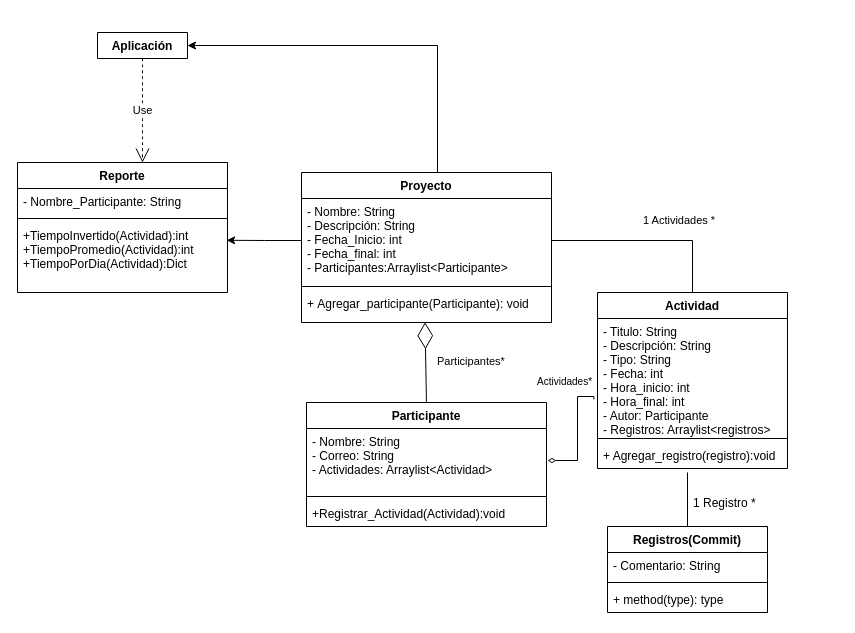
DYPOO-2022-j-vargasr2-n-camargop/ENTREGA1_PROYECTO1_DYPOO keeps this draw.io diagram as ENTREGA2_P1.drawio. Above is the earlier version. Source tidied: cells renumbered, new cells numbered last; positions are measured from the earlier drawing's top-left corner, leaving out a move shared by most shapes. Both pictures are drawn from the tidied source at 100%, with x=0, y=0 at pixel (17, 32).
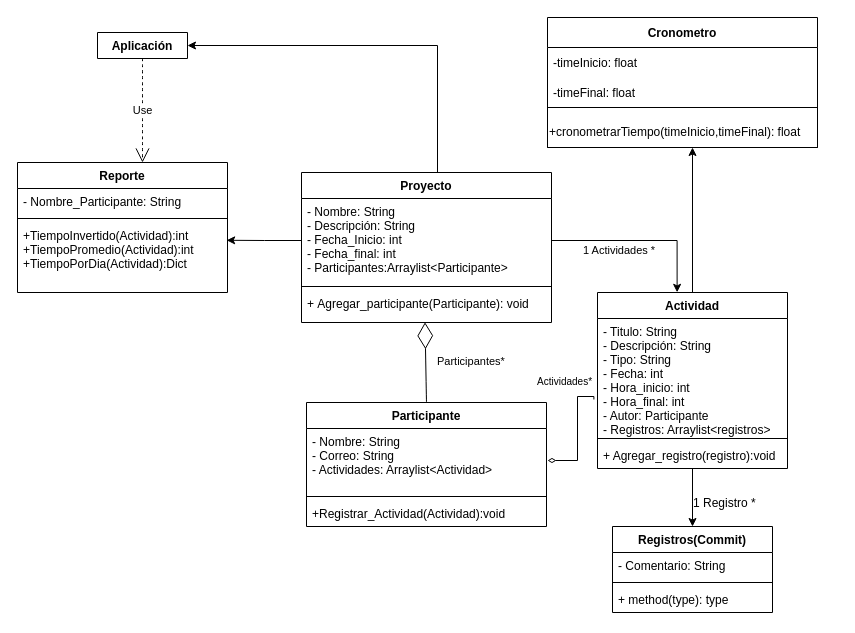
After the change.

Unchanged cells that the change refers to:
```xml
<mxCell id="2" value="Actividad" style="swimlane;fontStyle=1;align=center;verticalAlign=top;horizontal=1;startSize=26;" parent="1" vertex="1">
  <mxGeometry x="580" y="260" width="190" height="176" as="geometry" />
</mxCell>
<mxCell id="12" value="- Nombre: String&#10;- Descripción: String&#10;- Fecha_Inicio: int&#10;- Fecha_final: int&#10;- Participantes:Arraylist&lt;Participante&gt;" style="text;strokeColor=none;fillColor=none;align=left;verticalAlign=top;spacingLeft=4;spacingRight=4;overflow=hidden;points=[[0,0.5],[1,0.5]];portConstraint=eastwest;" parent="11" vertex="1">
  <mxGeometry y="26" width="250" height="84" as="geometry" />
</mxCell>
```

Change to the diagram source:
```diff
@@
+    <mxCell id="34" style="edgeStyle=orthogonalEdgeStyle;rounded=0;jettySize=auto;html=1;entryX=0.5;entryY=0;entryDx=0;entryDy=0;" parent="1" edge="1" source="2" target="27">
+      <mxGeometry relative="1" as="geometry" />
+    </mxCell>
+    <mxCell id="35" style="edgeStyle=orthogonalEdgeStyle;rounded=0;jettySize=auto;html=1;entryX=0.5;entryY=1;entryDx=0;entryDy=0;" parent="1" edge="1" source="2" target="40">
+      <mxGeometry relative="1" as="geometry" />
+    </mxCell>
@@
-    <mxCell id="26" style="edgeStyle=orthogonalEdgeStyle;rounded=0;jettySize=auto;html=1;endArrow=none;endFill=0;" parent="1" edge="1" source="27">
-      <mxGeometry relative="1" as="geometry">
-        <mxPoint x="670" y="440" as="targetPoint" />
-      </mxGeometry>
-    </mxCell>
     <mxCell id="27" value="Registros(Commit)" style="swimlane;fontStyle=1;align=center;verticalAlign=top;horizontal=1;startSize=26;" parent="1" vertex="1">
-      <mxGeometry x="590" y="494" width="160" height="86" as="geometry" />
+      <mxGeometry x="595" y="494" width="160" height="86" as="geometry" />
     </mxCell>
@@
+    <mxCell id="33" value="1 Actividades *&#10;" style="text;strokeColor=none;fillColor=none;align=left;verticalAlign=middle;spacingLeft=4;spacingRight=4;overflow=hidden;fontSize=11;" parent="1" vertex="1">
+      <mxGeometry x="560" y="210" width="90" height="21" as="geometry" />
+    </mxCell>
+    <mxCell id="36" value="Cronometro" style="swimlane;fontStyle=1;horizontal=1;startSize=30;" parent="1" vertex="1">
+      <mxGeometry x="530" y="-15" width="270" height="130" as="geometry" />
+    </mxCell>
+    <mxCell id="37" value="-timeInicio: float" style="text;strokeColor=none;fillColor=none;align=left;verticalAlign=middle;spacingLeft=4;spacingRight=4;overflow=hidden;" parent="36" vertex="1">
+      <mxGeometry y="30" width="270" height="30" as="geometry" />
+    </mxCell>
+    <mxCell id="38" value="-timeFinal: float" style="text;strokeColor=none;fillColor=none;align=left;verticalAlign=middle;spacingLeft=4;spacingRight=4;overflow=hidden;" parent="36" vertex="1">
+      <mxGeometry y="60" width="270" height="30" as="geometry" />
+    </mxCell>
+    <mxCell id="39" style="swimlane;startSize=0;" parent="36" vertex="1">
+      <mxGeometry y="90" width="270" height="40" as="geometry" />
+    </mxCell>
+    <mxCell id="40" value="+cronometrarTiempo(timeInicio,timeFinal): float" style="text;html=1;strokeColor=none;fillColor=none;align=left;verticalAlign=middle;whiteSpace=wrap;rounded=0;" parent="39" vertex="1">
+      <mxGeometry y="10" width="290" height="30" as="geometry" />
+    </mxCell>
-    <mxCell id="32" style="edgeStyle=orthogonalEdgeStyle;rounded=0;jettySize=auto;html=1;fontSize=12;endArrow=none;endFill=0;" parent="1" edge="1" source="12" target="2">
+    <mxCell id="32" style="edgeStyle=orthogonalEdgeStyle;rounded=0;jettySize=auto;html=1;entryX=0.419;entryY=-0.001;entryDx=0;entryDy=0;entryPerimeter=0;" parent="1" edge="1" source="12" target="2">
       <mxGeometry relative="1" as="geometry" />
     </mxCell>
-    <mxCell id="33" value="1 Actividades *&#10;" style="text;strokeColor=none;fillColor=none;align=left;verticalAlign=middle;spacingLeft=4;spacingRight=4;overflow=hidden;fontSize=11;" parent="1" vertex="1">
-      <mxGeometry x="620" y="180" width="90" height="21" as="geometry" />
-    </mxCell>
```
